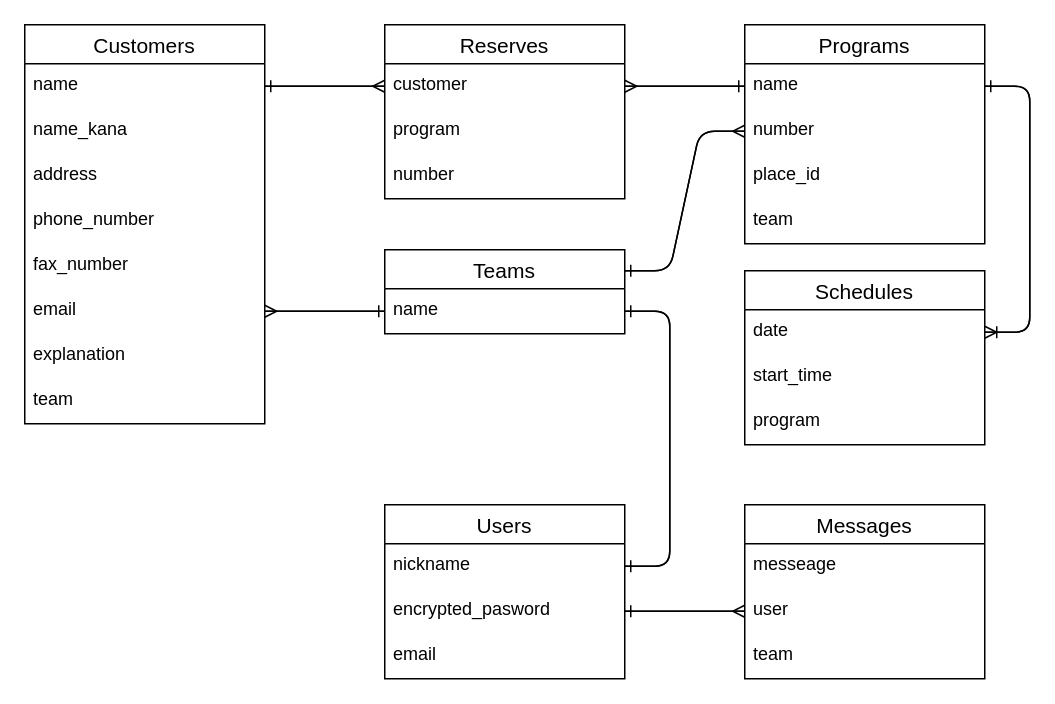
Earlier version of the draw.io diagram ER.dio (hachiko38101/ticket_bunch). Source tidied: cells renumbered, new cells numbered last; positions are measured from the earlier drawing's top-left corner, leaving out a move shared by most shapes. Both pictures are drawn from the tidied source at 150%, with x=0, y=0 at pixel (24, 24).
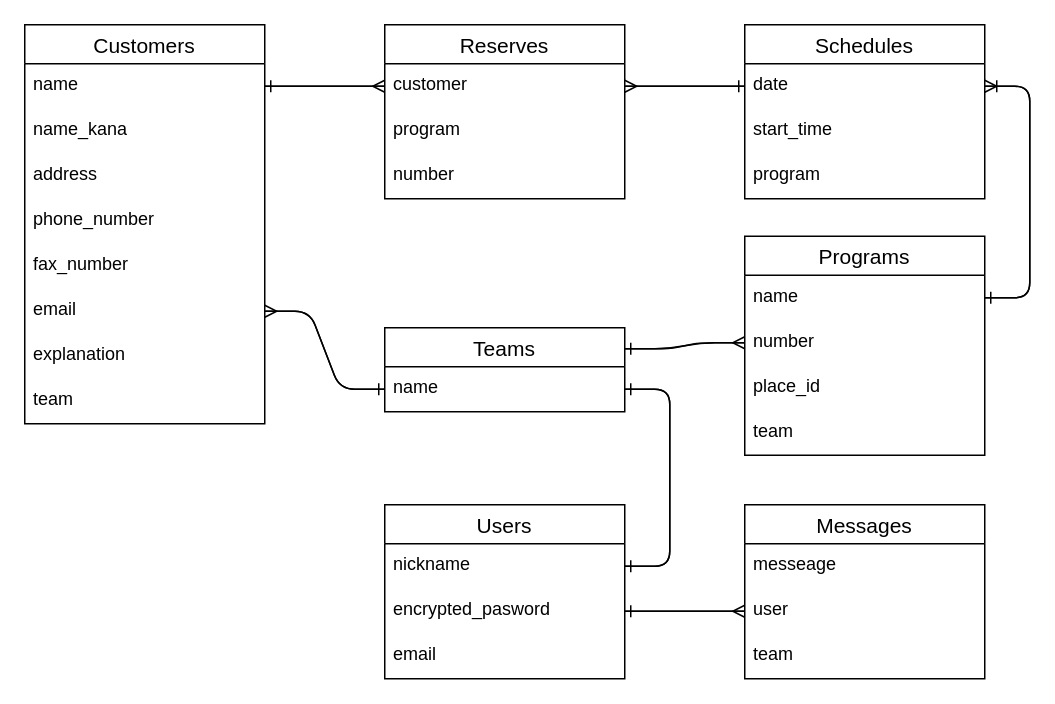
After the change.

Unchanged cells that the change refers to:
```xml
<mxCell id="3" value="name " style="text;strokeColor=none;fillColor=none;spacingLeft=4;spacingRight=4;overflow=hidden;points=[[0,0.5],[1,0.5]];portConstraint=eastwest;fontSize=12;" parent="2" vertex="1">
  <mxGeometry y="26" width="160" height="30" as="geometry" />
</mxCell>
<mxCell id="4" value="number" style="text;strokeColor=none;fillColor=none;spacingLeft=4;spacingRight=4;overflow=hidden;points=[[0,0.5],[1,0.5]];portConstraint=eastwest;fontSize=12;" parent="2" vertex="1">
  <mxGeometry y="56" width="160" height="30" as="geometry" />
</mxCell>
<mxCell id="23" value="customer" style="text;strokeColor=none;fillColor=none;spacingLeft=4;spacingRight=4;overflow=hidden;points=[[0,0.5],[1,0.5]];portConstraint=eastwest;fontSize=12;" parent="22" vertex="1">
  <mxGeometry y="26" width="160" height="30" as="geometry" />
</mxCell>
<mxCell id="43" value="date" style="text;strokeColor=none;fillColor=none;spacingLeft=4;spacingRight=4;overflow=hidden;points=[[0,0.5],[1,0.5]];portConstraint=eastwest;fontSize=12;" parent="42" vertex="1">
  <mxGeometry y="26" width="160" height="30" as="geometry" />
</mxCell>
```

The edit, as a diff of the source:
```diff
@@
     <mxCell id="2" value="Programs" style="swimlane;fontStyle=0;horizontal=1;startSize=26;align=center;fontSize=14;" parent="1" vertex="1">
-      <mxGeometry x="480" width="160" height="146" as="geometry" />
+      <mxGeometry x="480" y="141" width="160" height="146" as="geometry" />
     </mxCell>
@@
     <mxCell id="20" value="Teams" style="swimlane;fontStyle=0;horizontal=1;startSize=26;align=center;fontSize=14;" parent="1" vertex="1">
-      <mxGeometry x="240" y="150" width="160" height="56" as="geometry" />
+      <mxGeometry x="240" y="202" width="160" height="56" as="geometry" />
     </mxCell>
@@
-    <mxCell id="32" style="edgeStyle=entityRelationEdgeStyle;fontSize=12;html=1;endArrow=ERone;endFill=1;exitX=1;exitY=0.5;exitDx=0;exitDy=0;entryX=0;entryY=0.5;entryDx=0;entryDy=0;" parent="1" edge="1" source="23" target="3">
+    <mxCell id="32" style="edgeStyle=entityRelationEdgeStyle;fontSize=12;html=1;endArrow=ERone;endFill=1;exitX=1;exitY=0.5;exitDx=0;exitDy=0;entryX=0;entryY=0.5;entryDx=0;entryDy=0;" parent="1" edge="1" source="23" target="43">
       <mxGeometry relative="1" as="geometry" />
     </mxCell>
-    <mxCell id="33" style="edgeStyle=entityRelationEdgeStyle;fontSize=12;html=1;endArrow=ERmany;exitX=0;exitY=0.5;exitDx=0;exitDy=0;entryX=1;entryY=0.5;entryDx=0;entryDy=0;" parent="1" edge="1" source="3" target="23">
+    <mxCell id="33" style="edgeStyle=entityRelationEdgeStyle;fontSize=12;html=1;endArrow=ERmany;exitX=0;exitY=0.5;exitDx=0;exitDy=0;entryX=1;entryY=0.5;entryDx=0;entryDy=0;" parent="1" edge="1" source="43" target="23">
       <mxGeometry relative="1" as="geometry" />
     </mxCell>
-    <mxCell id="34" style="edgeStyle=entityRelationEdgeStyle;fontSize=12;html=1;endArrow=ERmany;exitX=1;exitY=0.25;exitDx=0;exitDy=0;entryX=0;entryY=0.5;entryDx=0;entryDy=0;" parent="1" edge="1" source="20">
-      <mxGeometry relative="1" as="geometry">
-        <mxPoint x="480" y="71" as="targetPoint" />
-      </mxGeometry>
+    <mxCell id="34" style="edgeStyle=entityRelationEdgeStyle;fontSize=12;html=1;endArrow=ERmany;exitX=1;exitY=0.25;exitDx=0;exitDy=0;entryX=0;entryY=0.5;entryDx=0;entryDy=0;" parent="1" edge="1" source="20" target="4">
+      <mxGeometry relative="1" as="geometry" />
     </mxCell>
@@
     <mxCell id="42" value="Schedules" style="swimlane;fontStyle=0;horizontal=1;startSize=26;align=center;fontSize=14;" parent="1" vertex="1">
-      <mxGeometry x="480" y="164" width="160" height="116" as="geometry" />
+      <mxGeometry x="480" width="160" height="116" as="geometry" />
     </mxCell>
```
